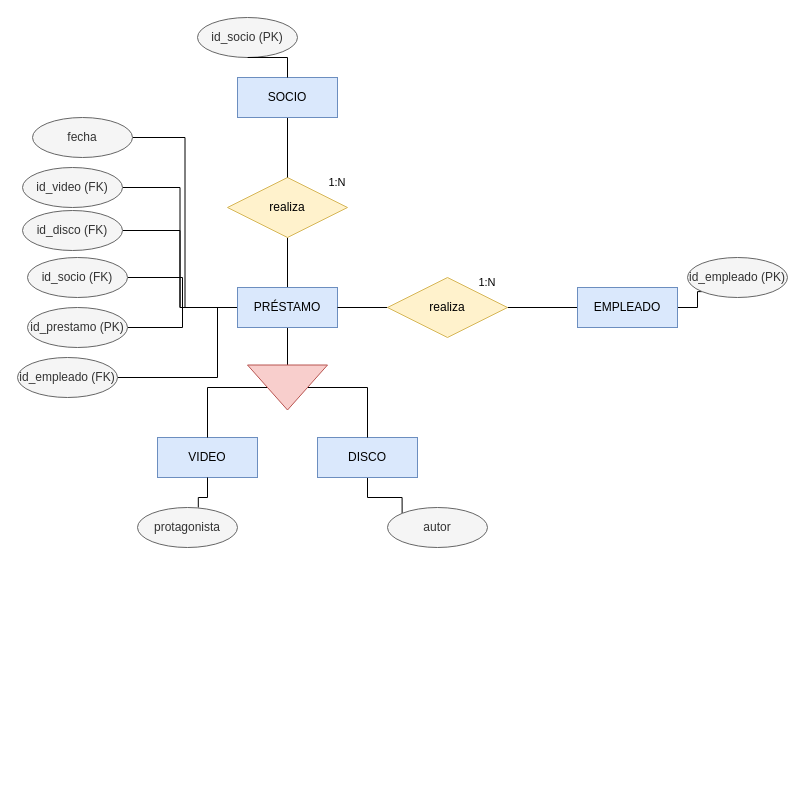
Earlier version of the draw.io diagram page "Modelo ER" (1 of 2) of EjerciciosER_22nov/Ejercicio1.drawio (Jbergo/CLASE_BD). Source tidied: cells renumbered, new cells numbered last; positions are measured from the earlier drawing's top-left corner, leaving out a move shared by most shapes. Both pictures are drawn from the tidied source at 100%, with x=0, y=0 at pixel (17, 17).
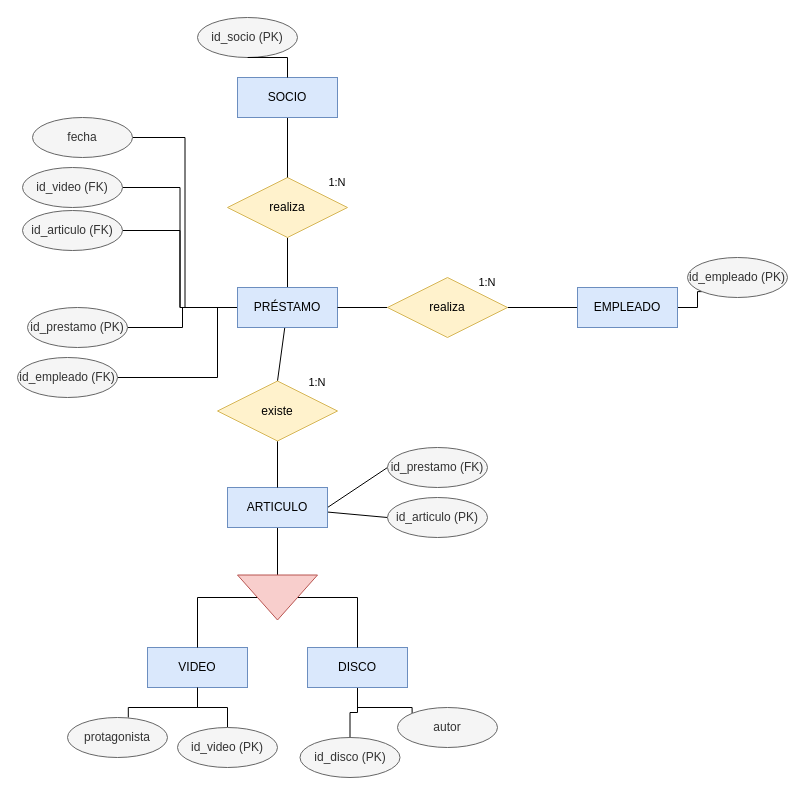
The same diagram, later.

Unchanged cells that the change refers to:
```xml
<mxCell id="20" value="PRÉSTAMO" style="whiteSpace=wrap;html=1;align=center;fillColor=#dae8fc;strokeColor=#6c8ebf;" parent="1" vertex="1">
  <mxGeometry x="220" y="270" width="100" height="40" as="geometry" />
</mxCell>
```

Diff of the diagram source:
```diff
@@
+    <mxCell id="39" style="edgeStyle=orthogonalEdgeStyle;shape=connector;rounded=0;jettySize=auto;html=1;entryX=0.5;entryY=0;entryDx=0;entryDy=0;strokeColor=default;align=center;verticalAlign=middle;fontFamily=Helvetica;fontSize=12;fontColor=default;fontStyle=1;labelBackgroundColor=default;endArrow=none;endFill=0;" parent="1" edge="1" source="3" target="51">
+      <mxGeometry relative="1" as="geometry" />
+    </mxCell>
     <mxCell id="3" value="VIDEO" style="whiteSpace=wrap;html=1;align=center;fillColor=#dae8fc;strokeColor=#6c8ebf;" parent="1" vertex="1">
-      <mxGeometry x="140" y="420" width="100" height="40" as="geometry" />
+      <mxGeometry x="130" y="630" width="100" height="40" as="geometry" />
     </mxCell>
@@
+    <mxCell id="40" style="edgeStyle=orthogonalEdgeStyle;shape=connector;rounded=0;jettySize=auto;html=1;entryX=0.5;entryY=0;entryDx=0;entryDy=0;strokeColor=default;align=center;verticalAlign=middle;fontFamily=Helvetica;fontSize=12;fontColor=default;fontStyle=1;labelBackgroundColor=default;endArrow=none;endFill=0;" parent="1" edge="1" source="7" target="52">
+      <mxGeometry relative="1" as="geometry" />
+    </mxCell>
     <mxCell id="7" value="DISCO" style="whiteSpace=wrap;html=1;align=center;fillColor=#dae8fc;strokeColor=#6c8ebf;" parent="1" vertex="1">
-      <mxGeometry x="300" y="420" width="100" height="40" as="geometry" />
+      <mxGeometry x="290" y="630" width="100" height="40" as="geometry" />
     </mxCell>
@@
-    <mxCell id="13" style="edgeStyle=orthogonalEdgeStyle;shape=connector;rounded=0;jettySize=auto;html=1;entryX=1;entryY=0.5;entryDx=0;entryDy=0;strokeColor=default;align=center;verticalAlign=middle;fontFamily=Helvetica;fontSize=11;fontColor=default;labelBackgroundColor=default;endArrow=none;endFill=0;" parent="1" edge="1" source="20" target="23">
-      <mxGeometry relative="1" as="geometry" />
-    </mxCell>
@@
-    <mxCell id="15" style="edgeStyle=orthogonalEdgeStyle;shape=connector;rounded=0;jettySize=auto;html=1;entryX=0;entryY=0.5;entryDx=0;entryDy=0;strokeColor=default;align=center;verticalAlign=middle;fontFamily=Helvetica;fontSize=11;fontColor=default;labelBackgroundColor=default;endArrow=none;endFill=0;" parent="1" edge="1" source="20" target="29">
-      <mxGeometry relative="1" as="geometry" />
-    </mxCell>
@@
+    <mxCell id="41" style="edgeStyle=none;rounded=0;jettySize=auto;html=1;entryX=0.5;entryY=0;entryDx=0;entryDy=0;endArrow=none;endFill=0;" parent="1" edge="1" source="20" target="47">
+      <mxGeometry relative="1" as="geometry" />
+    </mxCell>
@@
-    <mxCell id="23" value="id_socio (FK)" style="ellipse;whiteSpace=wrap;html=1;align=center;fillColor=#f5f5f5;fontColor=#333333;strokeColor=#666666;" parent="1" vertex="1">
-      <mxGeometry x="10" y="240" width="100" height="40" as="geometry" />
-    </mxCell>
@@
     <mxCell id="27" style="edgeStyle=orthogonalEdgeStyle;shape=connector;rounded=0;jettySize=auto;html=1;entryX=0.5;entryY=0;entryDx=0;entryDy=0;strokeColor=default;align=center;verticalAlign=middle;fontFamily=Helvetica;fontSize=11;fontColor=default;labelBackgroundColor=default;endArrow=none;endFill=0;" parent="1" edge="1" source="29" target="3">
       <mxGeometry relative="1" as="geometry">
         <Array as="points">
-          <mxPoint x="190" y="370" />
+          <mxPoint x="180" y="580" />
         </Array>
       </mxGeometry>
     </mxCell>
     <mxCell id="28" style="edgeStyle=orthogonalEdgeStyle;shape=connector;rounded=0;jettySize=auto;html=1;entryX=0.5;entryY=0;entryDx=0;entryDy=0;strokeColor=default;align=center;verticalAlign=middle;fontFamily=Helvetica;fontSize=11;fontColor=default;labelBackgroundColor=default;endArrow=none;endFill=0;" parent="1" edge="1" source="29" target="7">
       <mxGeometry relative="1" as="geometry">
         <Array as="points">
-          <mxPoint x="350" y="370" />
+          <mxPoint x="340" y="580" />
         </Array>
       </mxGeometry>
     </mxCell>
+    <mxCell id="42" style="edgeStyle=none;rounded=0;jettySize=auto;html=1;entryX=0.5;entryY=1;entryDx=0;entryDy=0;endArrow=none;endFill=0;" parent="1" edge="1" source="29" target="45">
+      <mxGeometry relative="1" as="geometry" />
+    </mxCell>
     <mxCell id="29" style="triangle;whiteSpace=wrap;html=1;fontFamily=Helvetica;fontSize=11;labelBackgroundColor=default;rotation=90;fillColor=#f8cecc;strokeColor=#b85450;" parent="1" vertex="1">
-      <mxGeometry x="247.5" y="330" width="45" height="80" as="geometry" />
+      <mxGeometry x="237.5" y="540" width="45" height="80" as="geometry" />
     </mxCell>
@@
-    <mxCell id="35" value="id_disco (FK)" style="ellipse;whiteSpace=wrap;html=1;align=center;fillColor=#f5f5f5;fontColor=#333333;strokeColor=#666666;" parent="1" vertex="1">
+    <mxCell id="35" value="id_articulo (FK)" style="ellipse;whiteSpace=wrap;html=1;align=center;fillColor=#f5f5f5;fontColor=#333333;strokeColor=#666666;" parent="1" vertex="1">
       <mxGeometry x="5" y="193" width="100" height="40" as="geometry" />
     </mxCell>
     <mxCell id="36" value="autor" style="ellipse;whiteSpace=wrap;html=1;align=center;fillColor=#f5f5f5;fontColor=#333333;strokeColor=#666666;" parent="1" vertex="1">
-      <mxGeometry x="370" y="490" width="100" height="40" as="geometry" />
+      <mxGeometry x="380" y="690" width="100" height="40" as="geometry" />
     </mxCell>
     <mxCell id="37" value="protagonista" style="ellipse;whiteSpace=wrap;html=1;align=center;fillColor=#f5f5f5;fontColor=#333333;strokeColor=#666666;" parent="1" vertex="1">
-      <mxGeometry x="120" y="490" width="100" height="40" as="geometry" />
+      <mxGeometry x="50" y="700" width="100" height="40" as="geometry" />
     </mxCell>
@@
+    <mxCell id="43" style="edgeStyle=none;shape=connector;rounded=0;jettySize=auto;html=1;entryX=0;entryY=0.5;entryDx=0;entryDy=0;strokeColor=default;align=center;verticalAlign=middle;fontFamily=Helvetica;fontSize=11;fontColor=default;labelBackgroundColor=default;endArrow=none;endFill=0;exitX=1;exitY=0.5;exitDx=0;exitDy=0;" parent="1" edge="1" source="45" target="49">
+      <mxGeometry relative="1" as="geometry" />
+    </mxCell>
+    <mxCell id="44" style="edgeStyle=none;shape=connector;rounded=0;jettySize=auto;html=1;entryX=0;entryY=0.5;entryDx=0;entryDy=0;strokeColor=default;align=center;verticalAlign=middle;fontFamily=Helvetica;fontSize=11;fontColor=default;labelBackgroundColor=default;endArrow=none;endFill=0;" parent="1" edge="1" source="45" target="50">
+      <mxGeometry relative="1" as="geometry" />
+    </mxCell>
+    <mxCell id="45" value="ARTICULO" style="whiteSpace=wrap;html=1;align=center;fillColor=#dae8fc;strokeColor=#6c8ebf;" parent="1" vertex="1">
+      <mxGeometry x="210" y="470" width="100" height="40" as="geometry" />
+    </mxCell>
+    <mxCell id="46" style="edgeStyle=none;shape=connector;rounded=0;jettySize=auto;html=1;entryX=0.5;entryY=0;entryDx=0;entryDy=0;strokeColor=default;align=center;verticalAlign=middle;fontFamily=Helvetica;fontSize=11;fontColor=default;labelBackgroundColor=default;endArrow=none;endFill=0;" parent="1" edge="1" source="47" target="45">
+      <mxGeometry relative="1" as="geometry" />
+    </mxCell>
+    <mxCell id="47" value="existe" style="shape=rhombus;perimeter=rhombusPerimeter;whiteSpace=wrap;html=1;align=center;fillColor=#fff2cc;strokeColor=#d6b656;" parent="1" vertex="1">
+      <mxGeometry x="200" y="363.5" width="120" height="60" as="geometry" />
+    </mxCell>
+    <mxCell id="48" value="1:N" style="text;html=1;whiteSpace=wrap;strokeColor=none;fillColor=none;align=center;verticalAlign=middle;rounded=0;fontFamily=Helvetica;fontSize=11;fontColor=default;labelBackgroundColor=default;" parent="1" vertex="1">
+      <mxGeometry x="270" y="350" width="60" height="30" as="geometry" />
+    </mxCell>
+    <mxCell id="49" value="id_prestamo (FK)" style="ellipse;whiteSpace=wrap;html=1;align=center;fillColor=#f5f5f5;fontColor=#333333;strokeColor=#666666;" parent="1" vertex="1">
+      <mxGeometry x="370" y="430" width="100" height="40" as="geometry" />
+    </mxCell>
+    <mxCell id="50" value="id_articulo (PK)" style="ellipse;whiteSpace=wrap;html=1;align=center;fillColor=#f5f5f5;fontColor=#333333;strokeColor=#666666;" parent="1" vertex="1">
+      <mxGeometry x="370" y="480" width="100" height="40" as="geometry" />
+    </mxCell>
+    <mxCell id="51" value="id_video (PK)" style="ellipse;whiteSpace=wrap;html=1;align=center;fillColor=#f5f5f5;fontColor=#333333;strokeColor=#666666;" parent="1" vertex="1">
+      <mxGeometry x="160" y="710" width="100" height="40" as="geometry" />
+    </mxCell>
+    <mxCell id="52" value="id_disco (PK)" style="ellipse;whiteSpace=wrap;html=1;align=center;fillColor=#f5f5f5;fontColor=#333333;strokeColor=#666666;" parent="1" vertex="1">
+      <mxGeometry x="282.5" y="720" width="100" height="40" as="geometry" />
+    </mxCell>
```
